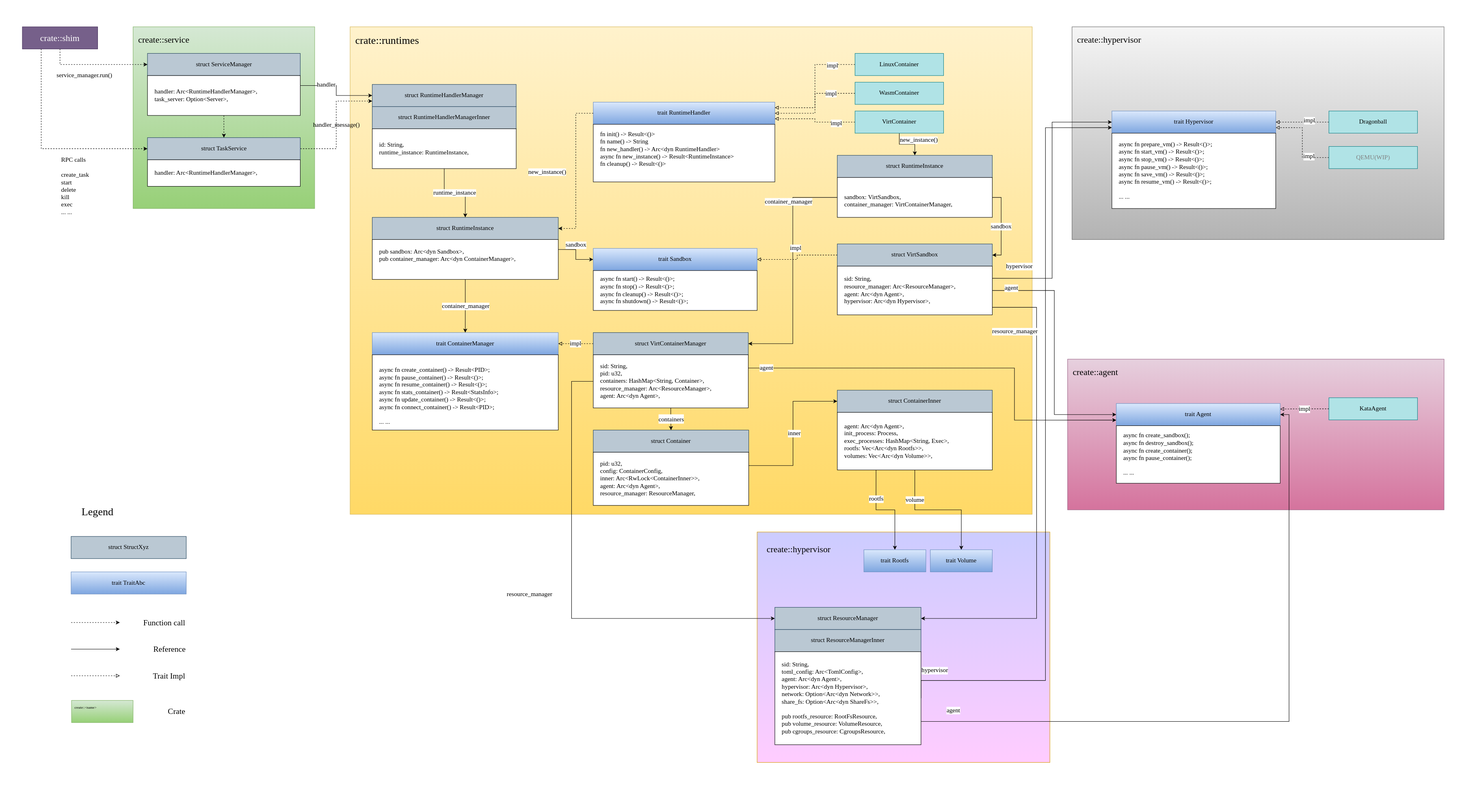
Before: src/runtime-rs/docs/images/crate-overview.svg, a diagram exported from draw.io (kata-containers/kata-containers). Source tidied: cells renumbered, new cells last; positions are measured from the earlier drawing's top-left corner, leaving out a move shared by most shapes.
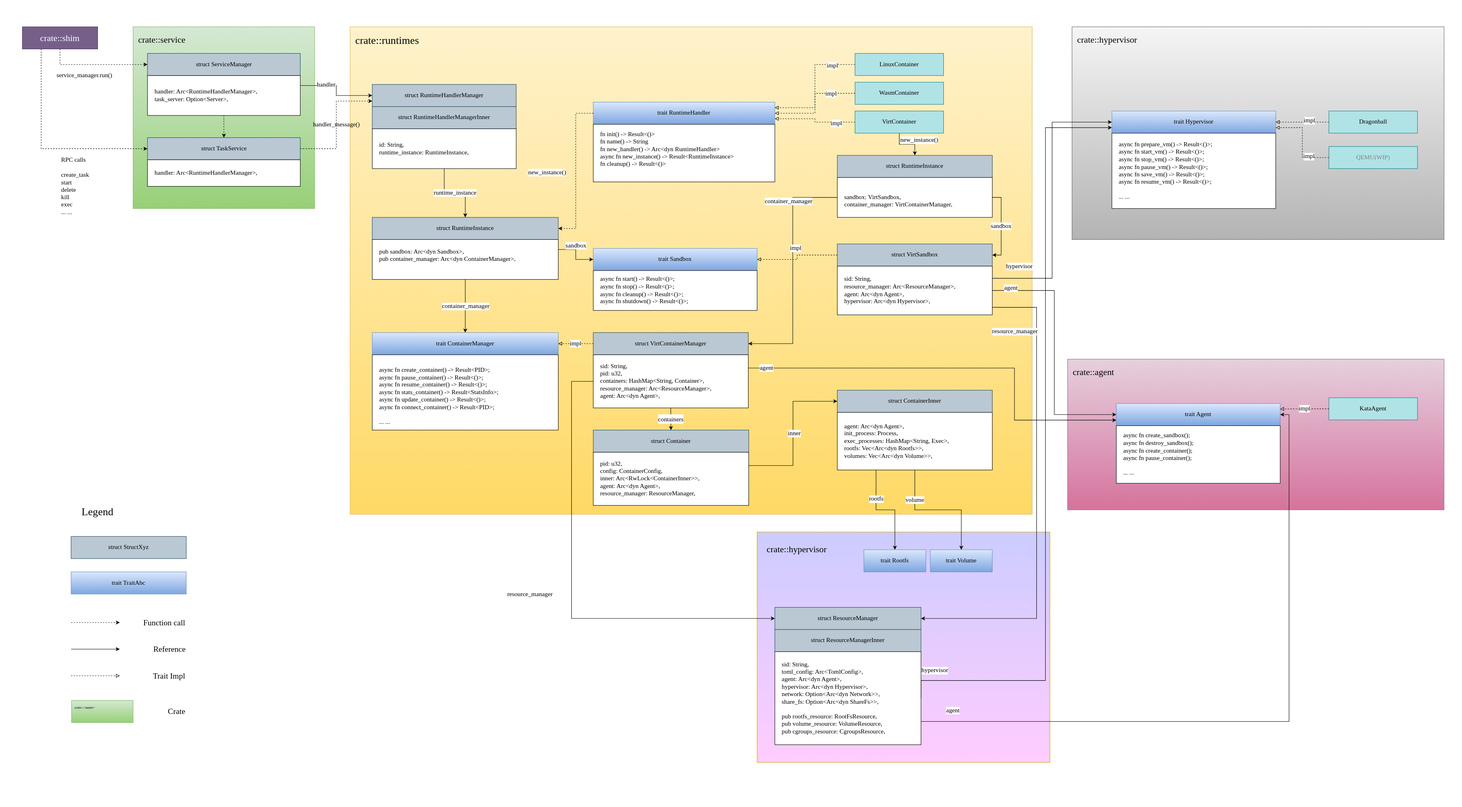
The same file after the commit.

Commit message:
docs: fix spelling of "crate"

Fixes: #7153

Diff of the diagram source:
```diff
@@ -2,16 +2,16 @@
   <root>
     <mxCell id="0" />
     <mxCell id="1" parent="0" />
-    <mxCell id="2" value="create::hypervisor" style="rounded=0;fontSize=20;fillColor=#CCCCFF;gradientColor=#FFCCFF;strokeColor=#d79b00;fontFamily=Verdana;spacingTop=10;spacingLeft=10;verticalAlign=top;align=left;spacing=12;spacingBottom=10;spacingRight=10;" parent="1" vertex="1">
+    <mxCell id="2" value="crate::hypervisor" style="rounded=0;fontSize=20;fillColor=#CCCCFF;gradientColor=#FFCCFF;strokeColor=#d79b00;fontFamily=Verdana;spacingTop=10;spacingLeft=10;verticalAlign=top;align=left;spacing=12;spacingBottom=10;spacingRight=10;" parent="1" vertex="1">
       <mxGeometry x="1709" y="1200" width="661" height="520" as="geometry" />
     </mxCell>
-    <mxCell id="3" value="create::agent" style="rounded=0;html=1;fontSize=20;fillColor=#e6d0de;gradientColor=#d5739d;strokeColor=#996185;fontFamily=Verdana;spacingTop=10;spacingLeft=10;verticalAlign=top;align=left;" parent="1" vertex="1">
+    <mxCell id="3" value="crate::agent" style="rounded=0;html=1;fontSize=20;fillColor=#e6d0de;gradientColor=#d5739d;strokeColor=#996185;fontFamily=Verdana;spacingTop=10;spacingLeft=10;verticalAlign=top;align=left;" parent="1" vertex="1">
       <mxGeometry x="2410" y="810" width="850" height="340" as="geometry" />
     </mxCell>
-    <mxCell id="4" value="create::hypervisor" style="rounded=0;html=1;fontSize=20;fillColor=#f5f5f5;gradientColor=#b3b3b3;strokeColor=#666666;fontFamily=Verdana;spacingTop=10;spacingLeft=10;verticalAlign=top;align=left;" parent="1" vertex="1">
+    <mxCell id="4" value="crate::hypervisor" style="rounded=0;html=1;fontSize=20;fillColor=#f5f5f5;gradientColor=#b3b3b3;strokeColor=#666666;fontFamily=Verdana;spacingTop=10;spacingLeft=10;verticalAlign=top;align=left;" parent="1" vertex="1">
       <mxGeometry x="2420" y="60" width="840" height="480" as="geometry" />
     </mxCell>
-    <mxCell id="5" value="create::service" style="rounded=0;html=1;fontSize=20;fillColor=#d5e8d4;gradientColor=#97d077;strokeColor=#82b366;fontFamily=Verdana;spacingTop=10;spacingLeft=10;verticalAlign=top;align=left;" parent="1" vertex="1">
+    <mxCell id="5" value="crate::service" style="rounded=0;html=1;fontSize=20;fillColor=#d5e8d4;gradientColor=#97d077;strokeColor=#82b366;fontFamily=Verdana;spacingTop=10;spacingLeft=10;verticalAlign=top;align=left;" parent="1" vertex="1">
       <mxGeometry x="300" y="60" width="410" height="410" as="geometry" />
     </mxCell>
     <mxCell id="6" value="service_manager.run()" style="edgeStyle=orthogonalEdgeStyle;rounded=0;jettySize=auto;html=1;exitX=0.5;exitY=1;exitDx=0;exitDy=0;entryX=0;entryY=0.5;entryDx=0;entryDy=0;fontSize=14;fontFamily=Verdana;dashed=1;" parent="1" edge="1" source="8" target="74">
@@ -364,7 +364,7 @@
     <mxCell id="103" value="&lt;div&gt;trait Volume&lt;/div&gt;" style="rounded=0;whiteSpace=wrap;html=1;fontSize=14;fillColor=#dae8fc;strokeColor=#6c8ebf;gradientColor=#7ea6e0;fontFamily=Verdana;" parent="1" vertex="1">
       <mxGeometry x="2100" y="1240" width="140" height="50" as="geometry" />
     </mxCell>
-    <mxCell id="104" value="create::&amp;lt;name&amp;gt;" style="rounded=0;html=1;fontSize=8;fillColor=#d5e8d4;gradientColor=#97d077;strokeColor=#82b366;fontFamily=Verdana;spacingTop=5;spacingLeft=5;verticalAlign=top;align=left;" parent="1" vertex="1">
+    <mxCell id="104" value="crate::&amp;lt;name&amp;gt;" style="rounded=0;html=1;fontSize=8;fillColor=#d5e8d4;gradientColor=#97d077;strokeColor=#82b366;fontFamily=Verdana;spacingTop=5;spacingLeft=5;verticalAlign=top;align=left;" parent="1" vertex="1">
       <mxGeometry x="161" y="1580" width="139" height="50" as="geometry" />
     </mxCell>
     <mxCell id="105" value="Crate" style="text;html=1;strokeColor=none;fillColor=none;align=right;verticalAlign=middle;whiteSpace=wrap;rounded=0;fontFamily=Verdana;fontSize=18;fontColor=#000000;labelBorderColor=none;spacingLeft=10;" parent="1" vertex="1">
```
